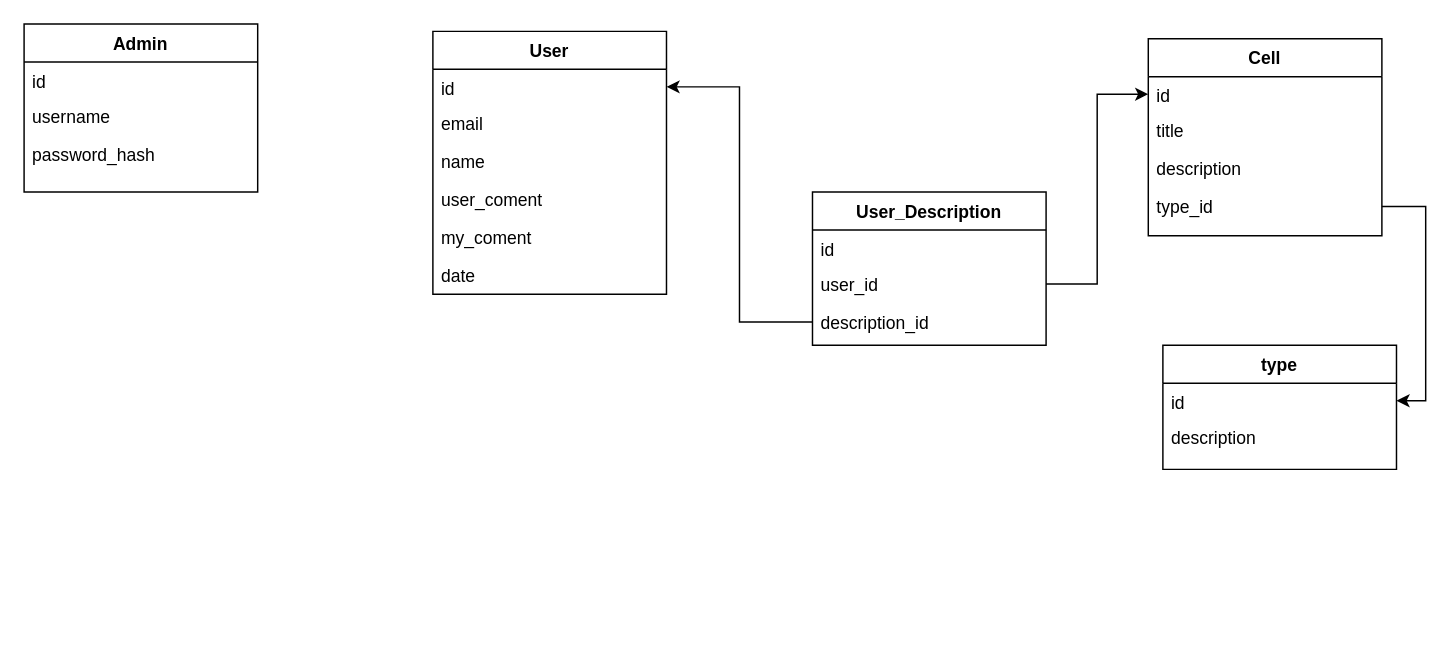
Above: Untitled Diagram.drawio in chikundant/AdminPanelFreelance (draw.io), before the change. Source tidied: cells renumbered, new cells numbered last; positions are measured from the earlier drawing's top-left corner, leaving out a move shared by most shapes. Both pictures are drawn from the tidied source at 146%, with x=0, y=0 at pixel (23, 23).
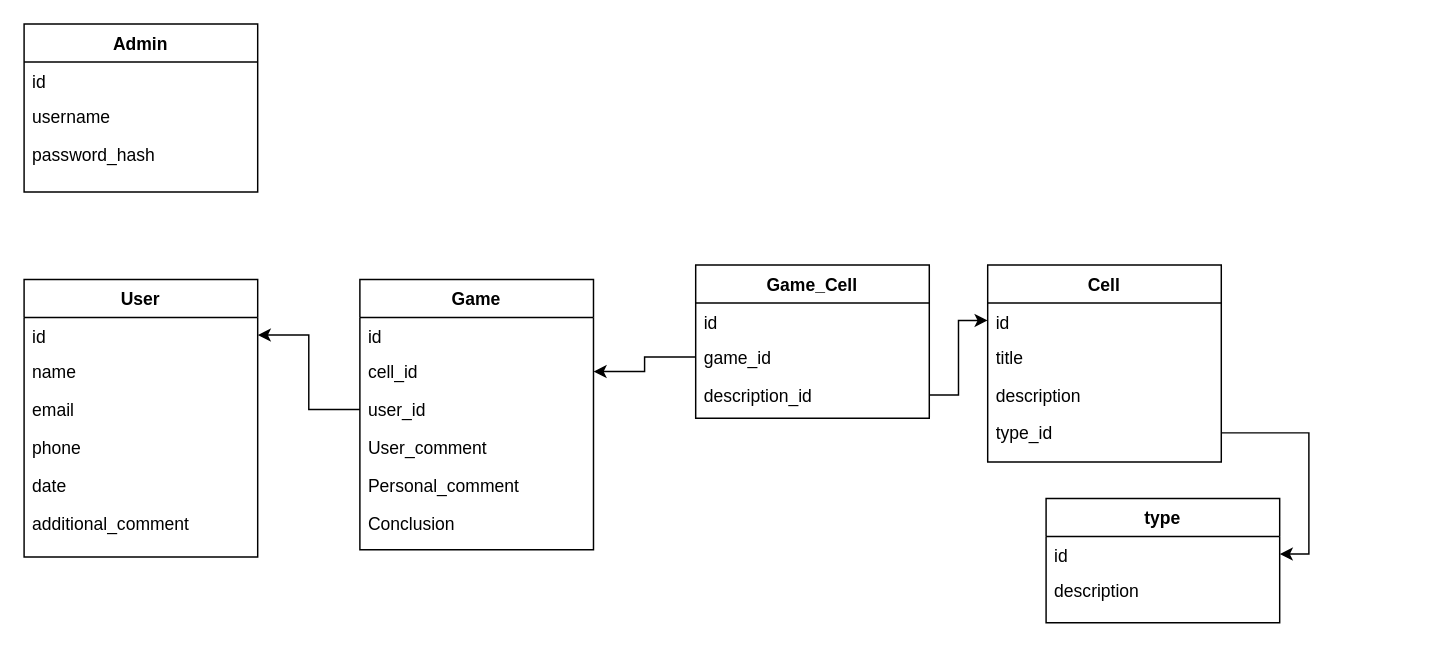
The same page after the edit.

The change refers to these unchanged cells:
```xml
<mxCell id="7" value="id" style="text;align=left;verticalAlign=top;spacingLeft=4;spacingRight=4;overflow=hidden;points=[[0,0.5],[1,0.5]];portConstraint=eastwest;" parent="6" vertex="1">
  <mxGeometry y="26" width="160" height="24" as="geometry" />
</mxCell>
<mxCell id="14" value="id" style="text;align=left;verticalAlign=top;spacingLeft=4;spacingRight=4;overflow=hidden;points=[[0,0.5],[1,0.5]];portConstraint=eastwest;" parent="13" vertex="1">
  <mxGeometry y="26" width="160" height="24" as="geometry" />
</mxCell>
<mxCell id="21" value="description_id" style="text;align=left;verticalAlign=top;spacingLeft=4;spacingRight=4;overflow=hidden;points=[[0,0.5],[1,0.5]];portConstraint=eastwest;" parent="18" vertex="1">
  <mxGeometry y="76" width="160" height="26" as="geometry" />
</mxCell>
```

Diff of the diagram source:
```diff
@@
     <mxCell id="6" value="User" style="swimlane;fontStyle=1;align=center;verticalAlign=top;horizontal=1;startSize=26;rounded=0;shadow=0;strokeWidth=1;" parent="1" vertex="1">
-      <mxGeometry x="280" y="5" width="160" height="180" as="geometry" />
+      <mxGeometry y="175" width="160" height="190" as="geometry" />
     </mxCell>
@@
+    <mxCell id="9" value="name" style="text;align=left;verticalAlign=top;spacingLeft=4;spacingRight=4;overflow=hidden;" parent="6" vertex="1">
+      <mxGeometry y="50" width="160" height="26" as="geometry" />
+    </mxCell>
     <mxCell id="8" value="email" style="text;align=left;verticalAlign=top;spacingLeft=4;spacingRight=4;overflow=hidden;" parent="6" vertex="1">
-      <mxGeometry y="50" width="160" height="26" as="geometry" />
+      <mxGeometry y="76" width="160" height="26" as="geometry" />
     </mxCell>
-    <mxCell id="9" value="name" style="text;align=left;verticalAlign=top;spacingLeft=4;spacingRight=4;overflow=hidden;" parent="6" vertex="1">
-      <mxGeometry y="76" width="160" height="26" as="geometry" />
-    </mxCell>
-    <mxCell id="10" value="user_coment" style="text;align=left;verticalAlign=top;spacingLeft=4;spacingRight=4;overflow=hidden;" parent="6" vertex="1">
-      <mxGeometry y="102" width="160" height="26" as="geometry" />
-    </mxCell>
+    <mxCell id="28" value="phone" style="text;align=left;verticalAlign=top;spacingLeft=4;spacingRight=4;overflow=hidden;" parent="6" vertex="1">
+      <mxGeometry y="102" width="160" height="26" as="geometry" />
+    </mxCell>
+    <mxCell id="12" value="date" style="text;align=left;verticalAlign=top;spacingLeft=4;spacingRight=4;overflow=hidden;" parent="6" vertex="1">
+      <mxGeometry y="128" width="160" height="26" as="geometry" />
+    </mxCell>
-    <mxCell id="11" value="my_coment" style="text;align=left;verticalAlign=top;spacingLeft=4;spacingRight=4;overflow=hidden;" parent="6" vertex="1">
-      <mxGeometry y="128" width="160" height="26" as="geometry" />
+    <mxCell id="11" value="additional_comment" style="text;align=left;verticalAlign=top;spacingLeft=4;spacingRight=4;overflow=hidden;" parent="6" vertex="1">
+      <mxGeometry y="154" width="160" height="26" as="geometry" />
     </mxCell>
-    <mxCell id="12" value="date" style="text;align=left;verticalAlign=top;spacingLeft=4;spacingRight=4;overflow=hidden;" parent="6" vertex="1">
-      <mxGeometry y="154" width="160" height="26" as="geometry" />
-    </mxCell>
     <mxCell id="13" value="Cell" style="swimlane;fontStyle=1;align=center;verticalAlign=top;horizontal=1;startSize=26;rounded=0;shadow=0;strokeWidth=1;" parent="1" vertex="1">
-      <mxGeometry x="770" y="10" width="160" height="135" as="geometry" />
+      <mxGeometry x="660" y="165" width="160" height="135" as="geometry" />
     </mxCell>
@@
-    <mxCell id="18" value="User_Description" style="swimlane;fontStyle=1;align=center;verticalAlign=top;horizontal=1;startSize=26;rounded=0;shadow=0;strokeWidth=1;" parent="1" vertex="1">
-      <mxGeometry x="540" y="115" width="160" height="105" as="geometry" />
+    <mxCell id="18" value="Game_Cell" style="swimlane;fontStyle=1;align=center;verticalAlign=top;horizontal=1;startSize=26;rounded=0;shadow=0;strokeWidth=1;" parent="1" vertex="1">
+      <mxGeometry x="460" y="165" width="160" height="105" as="geometry" />
     </mxCell>
@@
-    <mxCell id="20" value="user_id" style="text;align=left;verticalAlign=top;spacingLeft=4;spacingRight=4;overflow=hidden;points=[[0,0.5],[1,0.5]];portConstraint=eastwest;" parent="18" vertex="1">
+    <mxCell id="20" value="game_id" style="text;align=left;verticalAlign=top;spacingLeft=4;spacingRight=4;overflow=hidden;points=[[0,0.5],[1,0.5]];portConstraint=eastwest;" parent="18" vertex="1">
       <mxGeometry y="50" width="160" height="26" as="geometry" />
     </mxCell>
@@
-    <mxCell id="22" style="edgeStyle=orthogonalEdgeStyle;rounded=0;jettySize=auto;html=1;entryX=0;entryY=0.5;entryDx=0;entryDy=0;" parent="1" edge="1" source="20" target="14">
-      <mxGeometry relative="1" as="geometry" />
-    </mxCell>
-    <mxCell id="23" style="edgeStyle=orthogonalEdgeStyle;rounded=0;jettySize=auto;html=1;entryX=1;entryY=0.5;entryDx=0;entryDy=0;" parent="1" edge="1" source="21" target="7">
-      <mxGeometry relative="1" as="geometry" />
-    </mxCell>
     <mxCell id="24" value="type" style="swimlane;fontStyle=1;align=center;verticalAlign=top;horizontal=1;startSize=26;rounded=0;shadow=0;strokeWidth=1;" parent="1" vertex="1">
-      <mxGeometry x="780" y="220" width="160" height="85" as="geometry" />
+      <mxGeometry x="700" y="325" width="160" height="85" as="geometry" />
     </mxCell>
@@
+    <mxCell id="29" value="Game" style="swimlane;fontStyle=1;align=center;verticalAlign=top;horizontal=1;startSize=26;rounded=0;shadow=0;strokeWidth=1;" parent="1" vertex="1">
+      <mxGeometry x="230" y="175" width="160" height="185" as="geometry" />
+    </mxCell>
+    <mxCell id="30" value="id" style="text;align=left;verticalAlign=top;spacingLeft=4;spacingRight=4;overflow=hidden;" parent="29" vertex="1">
+      <mxGeometry y="26" width="160" height="24" as="geometry" />
+    </mxCell>
+    <mxCell id="31" value="cell_id" style="text;align=left;verticalAlign=top;spacingLeft=4;spacingRight=4;overflow=hidden;points=[[0,0.5],[1,0.5]];portConstraint=eastwest;" parent="29" vertex="1">
+      <mxGeometry y="50" width="160" height="26" as="geometry" />
+    </mxCell>
+    <mxCell id="32" value="user_id" style="text;align=left;verticalAlign=top;spacingLeft=4;spacingRight=4;overflow=hidden;points=[[0,0.5],[1,0.5]];portConstraint=eastwest;" parent="29" vertex="1">
+      <mxGeometry y="76" width="160" height="26" as="geometry" />
+    </mxCell>
+    <mxCell id="33" value="User_comment" style="text;align=left;verticalAlign=top;spacingLeft=4;spacingRight=4;overflow=hidden;" parent="29" vertex="1">
+      <mxGeometry y="102" width="160" height="26" as="geometry" />
+    </mxCell>
+    <mxCell id="34" value="Personal_comment" style="text;align=left;verticalAlign=top;spacingLeft=4;spacingRight=4;overflow=hidden;" parent="29" vertex="1">
+      <mxGeometry y="128" width="160" height="26" as="geometry" />
+    </mxCell>
+    <mxCell id="35" value="Conclusion" style="text;align=left;verticalAlign=top;spacingLeft=4;spacingRight=4;overflow=hidden;" parent="29" vertex="1">
+      <mxGeometry y="154" width="160" height="26" as="geometry" />
+    </mxCell>
+    <mxCell id="36" style="edgeStyle=orthogonalEdgeStyle;rounded=0;jettySize=auto;html=1;exitX=0;exitY=0.5;exitDx=0;exitDy=0;" parent="1" edge="1" source="32" target="7">
+      <mxGeometry relative="1" as="geometry" />
+    </mxCell>
+    <mxCell id="37" style="edgeStyle=orthogonalEdgeStyle;rounded=0;jettySize=auto;html=1;exitX=0;exitY=0.5;exitDx=0;exitDy=0;entryX=1;entryY=0.5;entryDx=0;entryDy=0;" parent="1" edge="1" source="20" target="31">
+      <mxGeometry relative="1" as="geometry" />
+    </mxCell>
+    <mxCell id="38" style="edgeStyle=orthogonalEdgeStyle;rounded=0;jettySize=auto;html=1;exitX=1;exitY=0.5;exitDx=0;exitDy=0;entryX=0;entryY=0.5;entryDx=0;entryDy=0;" parent="1" edge="1" source="21" target="14">
+      <mxGeometry relative="1" as="geometry" />
+    </mxCell>
```
